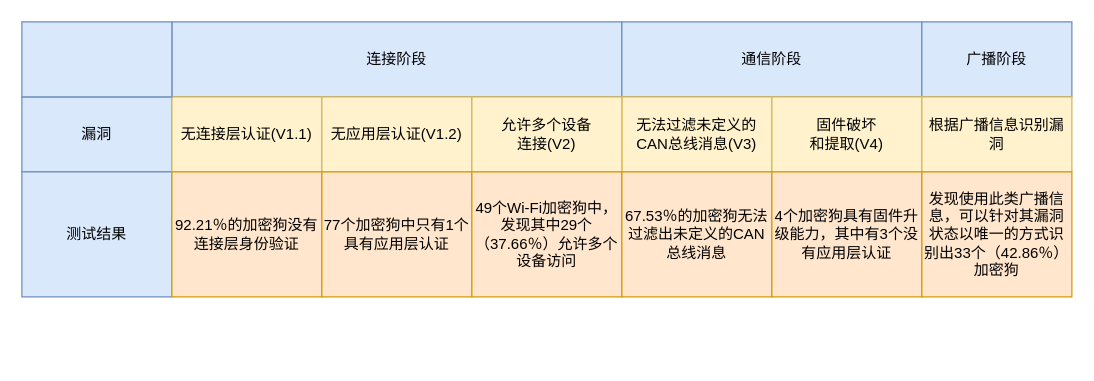
Above: Untitled Diagram.drawio in irenjie/academic (draw.io), before the change. Source tidied: cells renumbered, new cells numbered last; positions are measured from the earlier drawing's top-left corner, leaving out a move shared by most shapes. Both pictures are drawn from the tidied source at 125%, with x=0, y=0 at pixel (21, 21).
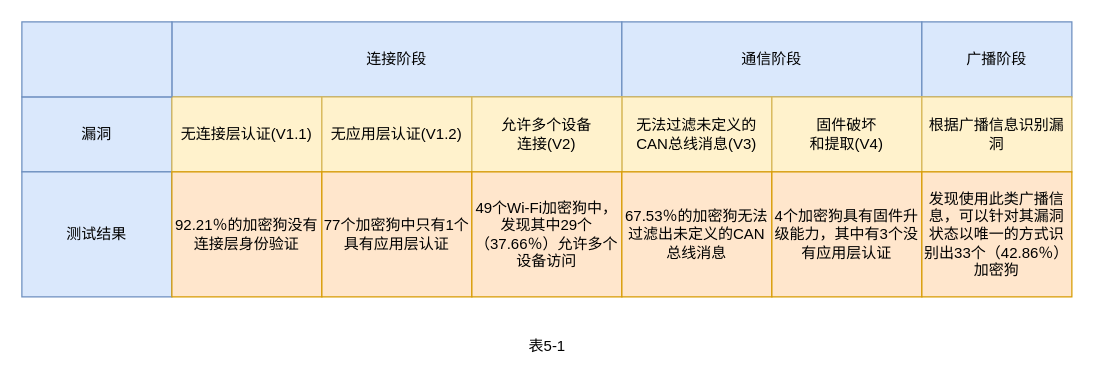
The same page after the edit.

Diff of the diagram source:
```diff
@@
+    <mxCell id="20" value="表5-1" style="text;html=1;align=center;verticalAlign=middle;" parent="1" vertex="1">
+      <mxGeometry x="395" y="250" width="50" height="20" as="geometry" />
+    </mxCell>
```
